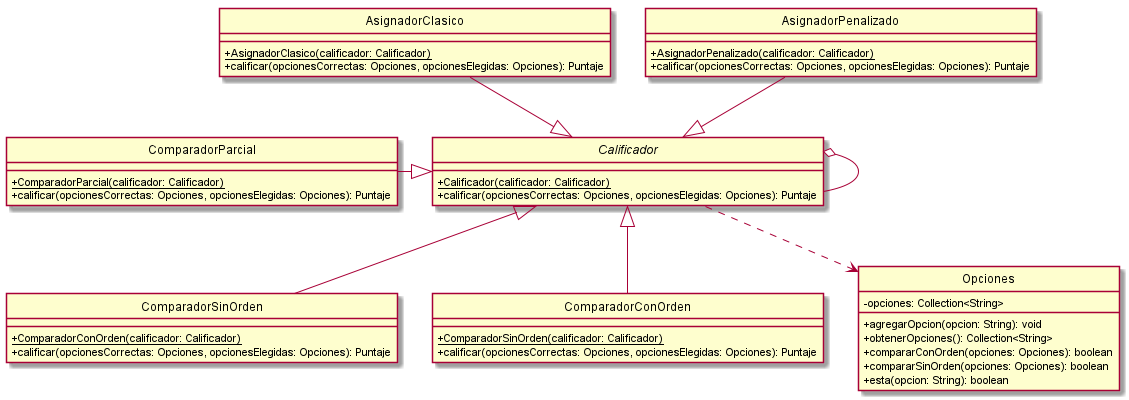
This is src/main/java/edu/fiuba/algo3/modelo/Diagramas/png/Calificador.png from Alex1161/TP2, a PlantUML export, as it was before one commit.
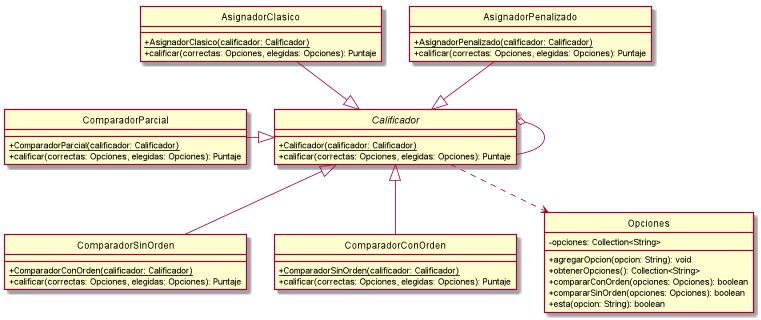
Above is the later version.

Commit message:
Modificando diagrama de clases de Calificador para que entre en el informe

The edit, as a diff of the source:
```diff
@@ -4,32 +4,32 @@
 
 Abstract Calificador{
     +{static}Calificador(calificador: Calificador)
-    +calificar(opcionesCorrectas: Opciones, opcionesElegidas: Opciones): Puntaje
+    +calificar(correctas: Opciones, elegidas: Opciones): Puntaje
 }
 
 Class ComparadorSinOrden{
     +{static}ComparadorConOrden(calificador: Calificador)
-    +calificar(opcionesCorrectas: Opciones, opcionesElegidas: Opciones): Puntaje
+    +calificar(correctas: Opciones, elegidas: Opciones): Puntaje
 }
 
 Class ComparadorConOrden{
     +{static}ComparadorSinOrden(calificador: Calificador)
-    +calificar(opcionesCorrectas: Opciones, opcionesElegidas: Opciones): Puntaje
+    +calificar(correctas: Opciones, elegidas: Opciones): Puntaje
 }
 
 Class ComparadorParcial{
     +{static}ComparadorParcial(calificador: Calificador)
-    +calificar(opcionesCorrectas: Opciones, opcionesElegidas: Opciones): Puntaje
+    +calificar(correctas: Opciones, elegidas: Opciones): Puntaje
 }
 
 Class AsignadorClasico{
     +{static}AsignadorClasico(calificador: Calificador)
-    +calificar(opcionesCorrectas: Opciones, opcionesElegidas: Opciones): Puntaje
+    +calificar(correctas: Opciones, elegidas: Opciones): Puntaje
 }
 
 Class AsignadorPenalizado{
     +{static}AsignadorPenalizado(calificador: Calificador)
-    +calificar(opcionesCorrectas: Opciones, opcionesElegidas: Opciones): Puntaje
+    +calificar(correctas: Opciones, elegidas: Opciones): Puntaje
 }
 
 Class Opciones{
```
